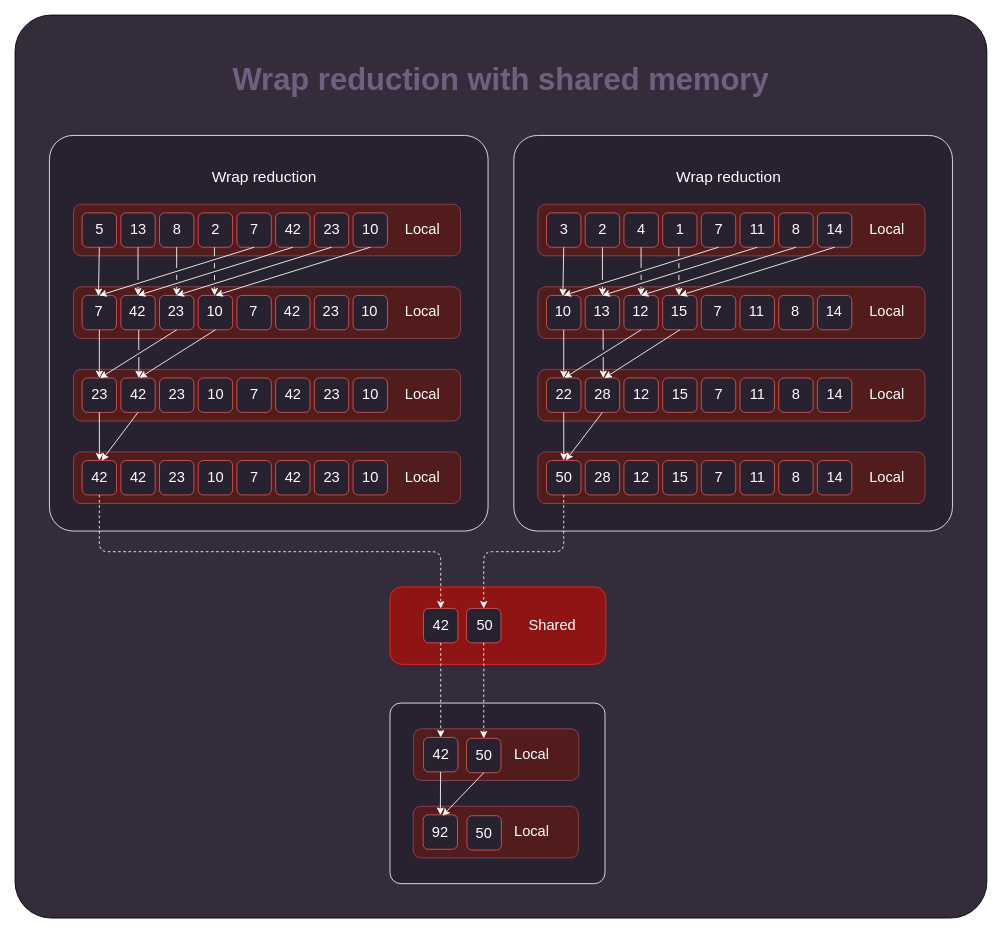
Above: projects/hip/docs/data/tutorial/reduction/warp_reduction_with_shared.drawio in ROCm/rocm-systems (draw.io), before the change. Source tidied: cells renumbered, new cells numbered last; positions are measured from the earlier drawing's top-left corner, leaving out a move shared by most shapes. Both pictures are drawn from the tidied source at 86%, with x=0, y=0 at pixel (15, 15).
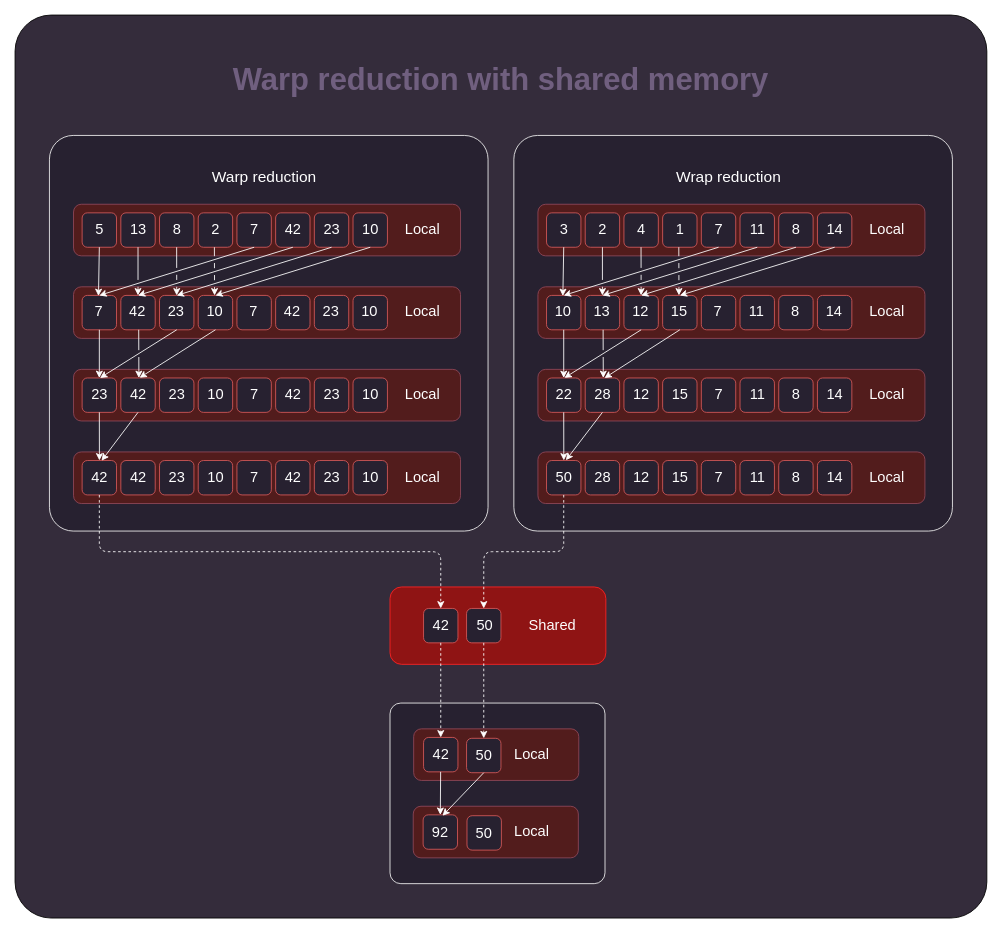
Above is the later version.

The change refers to these unchanged cells:
```xml
<mxCell id="3" style="group;" parent="1" vertex="1">
  <mxGeometry x="40" y="140" width="510" height="460" as="geometry" />
</mxCell>
```

What changed in the source:
```diff
@@
-    <mxCell id="5" value="&lt;span style=&quot;font-weight: normal;&quot;&gt;&lt;font style=&quot;color: rgb(255, 255, 255); font-size: 18px;&quot;&gt;Wrap reduction&lt;/font&gt;&lt;/span&gt;" style="text;html=1;strokeColor=none;fillColor=none;align=center;verticalAlign=middle;whiteSpace=wrap;rounded=0;fontSize=25;fontColor=#705F7F;fontStyle=1;" parent="3" vertex="1">
+    <mxCell id="5" value="&lt;span style=&quot;font-weight: normal;&quot;&gt;&lt;font style=&quot;color: rgb(255, 255, 255); font-size: 18px;&quot;&gt;Warp reduction&lt;/font&gt;&lt;/span&gt;" style="text;html=1;strokeColor=none;fillColor=none;align=center;verticalAlign=middle;whiteSpace=wrap;rounded=0;fontSize=25;fontColor=#705F7F;fontStyle=1;" parent="3" vertex="1">
       <mxGeometry x="60" y="30" width="380" height="30" as="geometry" />
     </mxCell>
@@
-    <mxCell id="181" value="&lt;font style=&quot;font-size: 36px; color: rgb(112, 95, 127);&quot;&gt;Wrap reduction with shared memory&lt;/font&gt;" style="text;html=1;strokeColor=none;fillColor=none;align=center;verticalAlign=middle;whiteSpace=wrap;rounded=0;fontSize=25;fontColor=#705F7F;fontStyle=1;" parent="1" vertex="1">
+    <mxCell id="181" value="&lt;font style=&quot;font-size: 36px; color: rgb(112, 95, 127);&quot;&gt;Warp reduction with shared memory&lt;/font&gt;" style="text;html=1;strokeColor=none;fillColor=none;align=center;verticalAlign=middle;whiteSpace=wrap;rounded=0;fontSize=25;fontColor=#705F7F;fontStyle=1;" parent="1" vertex="1">
       <mxGeometry x="235" y="60" width="660" height="30" as="geometry" />
     </mxCell>
```
